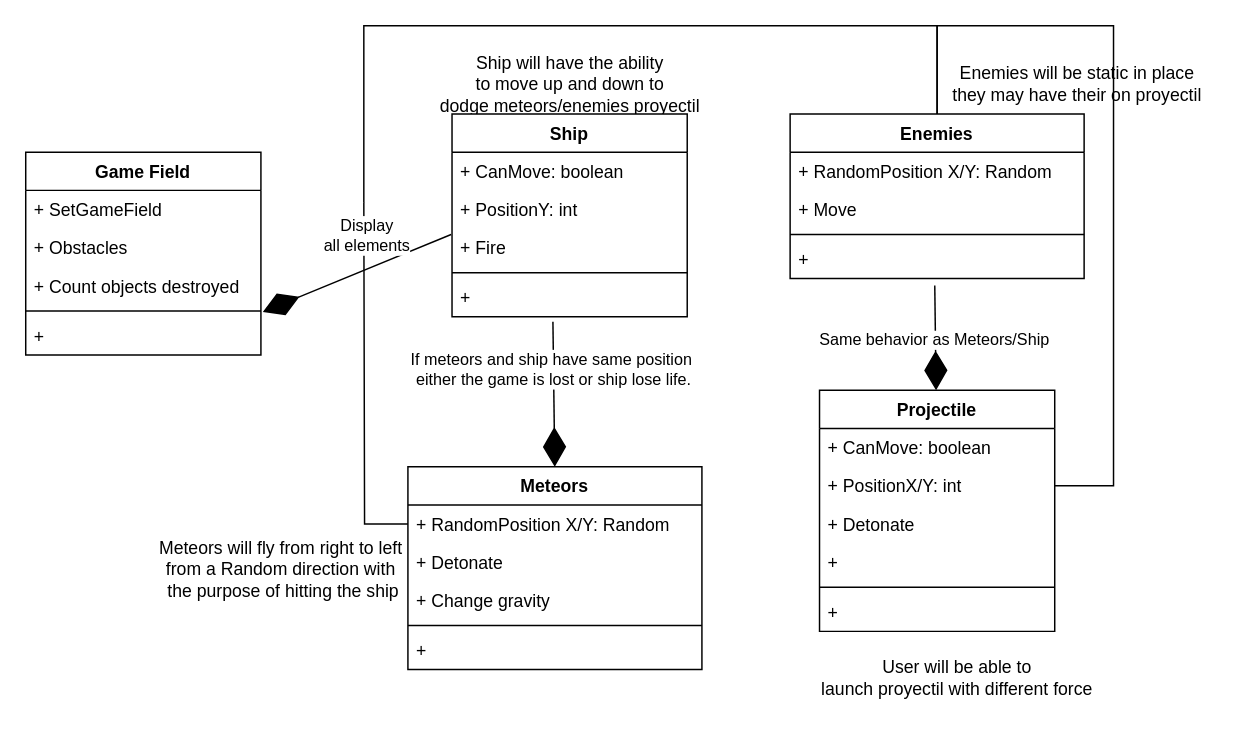
Above: page "Page-1" (1 of 2) of work/GravityUML.drawio in ddc-java-16/gravity-game-Marc0E (draw.io), before the change. Source tidied: cells renumbered, new cells numbered last; positions are measured from the earlier drawing's top-left corner, leaving out a move shared by most shapes. Both pictures are drawn from the tidied source at 147%, with x=0, y=0 at pixel (25, 25).
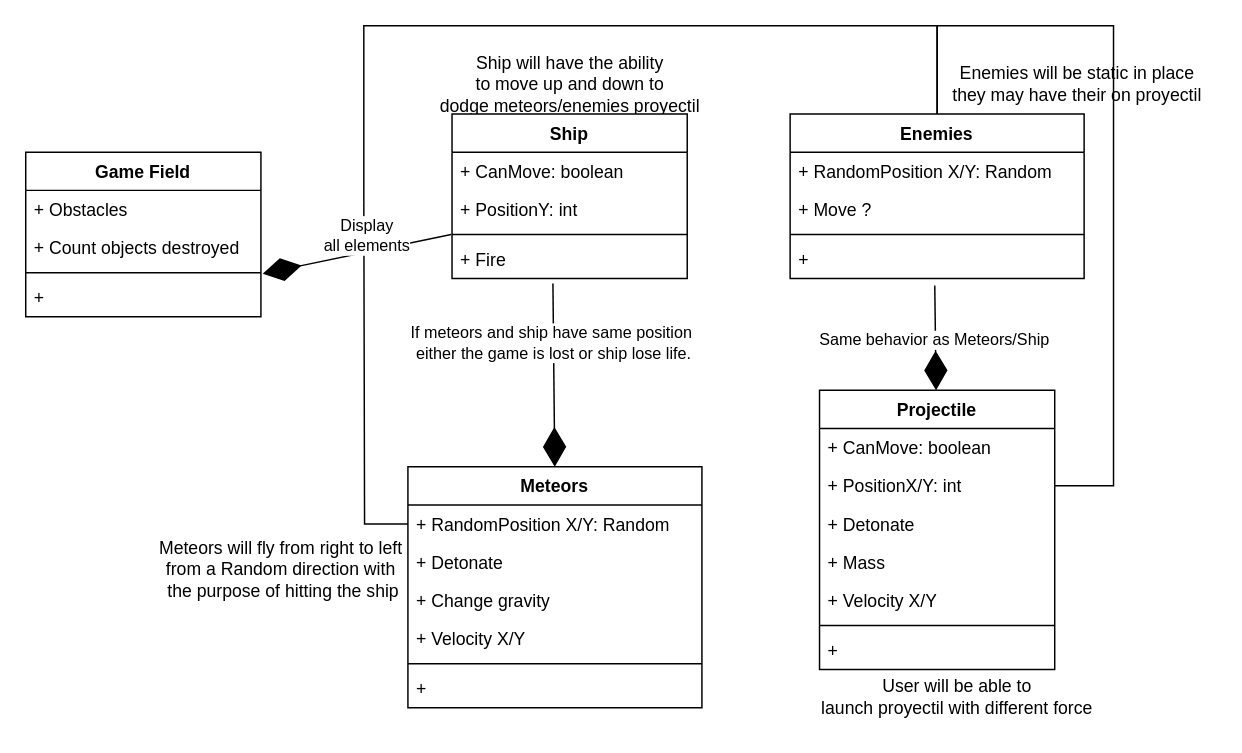
After the change.

The change refers to these unchanged cells:
```xml
<mxCell id="16" value="Enemies" style="swimlane;fontStyle=1;align=center;verticalAlign=top;horizontal=1;startSize=26;whiteSpace=wrap;html=1;" parent="1" vertex="1">
  <mxGeometry x="520" y="60" width="200" height="112" as="geometry" />
</mxCell>
```

What changed in the source:
```diff
@@
     <mxCell id="3" value="Projectile" style="swimlane;fontStyle=1;align=center;verticalAlign=top;horizontal=1;startSize=26;whiteSpace=wrap;html=1;" parent="1" vertex="1">
-      <mxGeometry x="540" y="248" width="160" height="164" as="geometry" />
+      <mxGeometry x="540" y="248" width="160" height="190" as="geometry" />
     </mxCell>
@@
-    <mxCell id="7" value="+&amp;nbsp;" style="text;strokeColor=none;fillColor=none;align=left;verticalAlign=top;spacingLeft=4;spacingRight=4;overflow=hidden;whiteSpace=wrap;html=1;" parent="3" vertex="1">
+    <mxCell id="7" value="+ Mass" style="text;strokeColor=none;fillColor=none;align=left;verticalAlign=top;spacingLeft=4;spacingRight=4;overflow=hidden;whiteSpace=wrap;html=1;" parent="3" vertex="1">
       <mxGeometry y="104" width="160" height="26" as="geometry" />
     </mxCell>
+    <mxCell id="45" value="+ Velocity X/Y" style="text;strokeColor=none;fillColor=none;align=left;verticalAlign=top;spacingLeft=4;spacingRight=4;overflow=hidden;whiteSpace=wrap;html=1;" parent="3" vertex="1">
+      <mxGeometry y="130" width="160" height="26" as="geometry" />
+    </mxCell>
     <mxCell id="8" style="line;strokeWidth=1;fillColor=none;align=left;verticalAlign=middle;spacingTop=-1;spacingLeft=3;spacingRight=3;labelPosition=right;strokeColor=inherit;" parent="3" vertex="1">
-      <mxGeometry y="130" width="160" height="8" as="geometry" />
+      <mxGeometry y="156" width="160" height="8" as="geometry" />
     </mxCell>
     <mxCell id="9" value="+&amp;nbsp;" style="text;strokeColor=none;fillColor=none;align=left;verticalAlign=top;spacingLeft=4;spacingRight=4;overflow=hidden;whiteSpace=wrap;html=1;" parent="3" vertex="1">
-      <mxGeometry y="138" width="160" height="26" as="geometry" />
+      <mxGeometry y="164" width="160" height="26" as="geometry" />
     </mxCell>
     <mxCell id="10" value="Ship" style="swimlane;fontStyle=1;align=center;verticalAlign=top;horizontal=1;startSize=26;whiteSpace=wrap;html=1;" parent="1" vertex="1">
-      <mxGeometry x="290" y="60" width="160" height="138" as="geometry" />
+      <mxGeometry x="290" y="60" width="160" height="112" as="geometry" />
     </mxCell>
@@
-    <mxCell id="13" value="+ Fire" style="text;strokeColor=none;fillColor=none;align=left;verticalAlign=top;spacingLeft=4;spacingRight=4;overflow=hidden;whiteSpace=wrap;html=1;" parent="10" vertex="1">
-      <mxGeometry y="78" width="160" height="26" as="geometry" />
-    </mxCell>
     <mxCell id="14" style="line;strokeWidth=1;fillColor=none;align=left;verticalAlign=middle;spacingTop=-1;spacingLeft=3;spacingRight=3;labelPosition=right;strokeColor=inherit;" parent="10" vertex="1">
-      <mxGeometry y="104" width="160" height="8" as="geometry" />
+      <mxGeometry y="78" width="160" height="8" as="geometry" />
     </mxCell>
-    <mxCell id="15" value="+&amp;nbsp;" style="text;strokeColor=none;fillColor=none;align=left;verticalAlign=top;spacingLeft=4;spacingRight=4;overflow=hidden;points=[[0,0.5],[1,0.5]];portConstraint=eastwest;whiteSpace=wrap;html=1;" parent="10" vertex="1">
-      <mxGeometry y="112" width="160" height="26" as="geometry" />
+    <mxCell id="15" value="+ Fire" style="text;strokeColor=none;fillColor=none;align=left;verticalAlign=top;spacingLeft=4;spacingRight=4;overflow=hidden;points=[[0,0.5],[1,0.5]];portConstraint=eastwest;whiteSpace=wrap;html=1;" parent="10" vertex="1">
+      <mxGeometry y="86" width="160" height="26" as="geometry" />
     </mxCell>
@@
-    <mxCell id="18" value="+ Move" style="text;strokeColor=none;fillColor=none;align=left;verticalAlign=top;spacingLeft=4;spacingRight=4;overflow=hidden;whiteSpace=wrap;html=1;" parent="16" vertex="1">
+    <mxCell id="18" value="+ Move ?" style="text;strokeColor=none;fillColor=none;align=left;verticalAlign=top;spacingLeft=4;spacingRight=4;overflow=hidden;whiteSpace=wrap;html=1;" parent="16" vertex="1">
       <mxGeometry y="52" width="200" height="26" as="geometry" />
     </mxCell>
@@
     <mxCell id="21" value="Meteors" style="swimlane;fontStyle=1;align=center;verticalAlign=top;horizontal=1;startSize=26;whiteSpace=wrap;html=1;" parent="1" vertex="1">
-      <mxGeometry x="260" y="300" width="200" height="138" as="geometry" />
+      <mxGeometry x="260" y="300" width="200" height="164" as="geometry" />
     </mxCell>
@@
+    <mxCell id="46" value="+ Velocity X/Y" style="text;strokeColor=none;fillColor=none;align=left;verticalAlign=top;spacingLeft=4;spacingRight=4;overflow=hidden;whiteSpace=wrap;html=1;" parent="21" vertex="1">
+      <mxGeometry y="104" width="200" height="26" as="geometry" />
+    </mxCell>
     <mxCell id="25" style="line;strokeWidth=1;fillColor=none;align=left;verticalAlign=middle;spacingTop=-1;spacingLeft=3;spacingRight=3;labelPosition=right;strokeColor=inherit;" parent="21" vertex="1">
-      <mxGeometry y="104" width="200" height="8" as="geometry" />
+      <mxGeometry y="130" width="200" height="8" as="geometry" />
     </mxCell>
     <mxCell id="26" value="+" style="text;strokeColor=none;fillColor=none;align=left;verticalAlign=top;spacingLeft=4;spacingRight=4;overflow=hidden;whiteSpace=wrap;html=1;" parent="21" vertex="1">
-      <mxGeometry y="112" width="200" height="26" as="geometry" />
+      <mxGeometry y="138" width="200" height="26" as="geometry" />
     </mxCell>
@@
     <mxCell id="31" value="Game Field" style="swimlane;fontStyle=1;align=center;verticalAlign=top;horizontal=1;startSize=26;whiteSpace=wrap;html=1;" parent="1" vertex="1">
-      <mxGeometry y="86" width="160" height="138" as="geometry" />
+      <mxGeometry y="86" width="160" height="112" as="geometry" />
     </mxCell>
-    <mxCell id="32" value="+ SetGameField" style="text;strokeColor=none;fillColor=none;align=left;verticalAlign=top;spacingLeft=4;spacingRight=4;overflow=hidden;whiteSpace=wrap;html=1;" parent="31" vertex="1">
-      <mxGeometry y="26" width="160" height="26" as="geometry" />
-    </mxCell>
     <mxCell id="33" value="+ Obstacles" style="text;strokeColor=none;fillColor=none;align=left;verticalAlign=top;spacingLeft=4;spacingRight=4;overflow=hidden;whiteSpace=wrap;html=1;" parent="31" vertex="1">
-      <mxGeometry y="52" width="160" height="26" as="geometry" />
+      <mxGeometry y="26" width="160" height="26" as="geometry" />
     </mxCell>
     <mxCell id="34" value="+ Count objects destroyed" style="text;strokeColor=none;fillColor=none;align=left;verticalAlign=top;spacingLeft=4;spacingRight=4;overflow=hidden;whiteSpace=wrap;html=1;" parent="31" vertex="1">
-      <mxGeometry y="78" width="160" height="26" as="geometry" />
+      <mxGeometry y="52" width="160" height="26" as="geometry" />
     </mxCell>
     <mxCell id="35" style="line;strokeWidth=1;fillColor=none;align=left;verticalAlign=middle;spacingTop=-1;spacingLeft=3;spacingRight=3;labelPosition=right;strokeColor=inherit;" parent="31" vertex="1">
-      <mxGeometry y="104" width="160" height="8" as="geometry" />
+      <mxGeometry y="78" width="160" height="8" as="geometry" />
     </mxCell>
     <mxCell id="36" value="+&amp;nbsp;" style="text;strokeColor=none;fillColor=none;align=left;verticalAlign=top;spacingLeft=4;spacingRight=4;overflow=hidden;points=[[0,0.5],[1,0.5]];portConstraint=eastwest;whiteSpace=wrap;html=1;" parent="31" vertex="1">
-      <mxGeometry y="112" width="160" height="26" as="geometry" />
+      <mxGeometry y="86" width="160" height="26" as="geometry" />
     </mxCell>
@@
     <mxCell id="43" value="User will be able to&amp;nbsp;&lt;br&gt;launch proyectil with different force&amp;nbsp;" style="text;html=1;align=center;verticalAlign=middle;strokeColor=none;fillColor=none;" parent="1" vertex="1">
-      <mxGeometry x="530" y="424" width="210" height="40" as="geometry" />
+      <mxGeometry x="530" y="437" width="210" height="40" as="geometry" />
     </mxCell>
```
